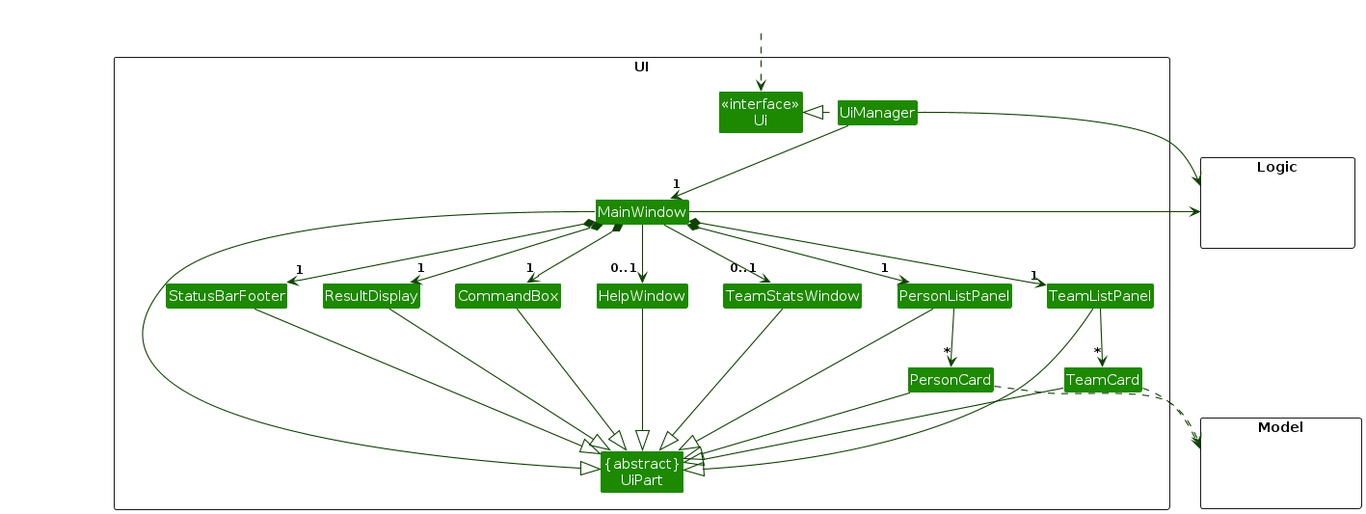
Above: diagrams/UiClassDiagram.png in AY2526S1-CS2103T-F08b-1/tp (PlantUML), before the change. Its source is kept beside it as diagrams/UiClassDiagram.puml. Source of this version:
```plantuml
@startuml
!include style.puml
skinparam arrowThickness 1.1
skinparam arrowColor UI_COLOR_T4
skinparam classBackgroundColor UI_COLOR

package UI <<Rectangle>>{
Class "<<interface>>\nUi" as Ui
Class "{abstract}\nUiPart" as UiPart
Class UiManager
Class MainWindow
Class HelpWindow
Class ResultDisplay
Class PersonListPanel
Class PersonCard
Class StatusBarFooter
Class CommandBox

Class TeamListPanel
Class TeamCard
Class TeamStatsWindow
}

package Model <<Rectangle>> {
Class HiddenModel #FFFFFF
}

package Logic <<Rectangle>> {
Class HiddenLogic #FFFFFF
}

Class HiddenOutside #FFFFFF
HiddenOutside ..> Ui

UiManager .left.|> Ui
UiManager -down-> "1" MainWindow
MainWindow *-down->  "1" CommandBox
MainWindow *-down-> "1" ResultDisplay
MainWindow *-down-> "1" PersonListPanel
MainWindow *-down-> "1" StatusBarFooter
MainWindow --> "0..1" HelpWindow

MainWindow *-down-> "1" TeamListPanel
MainWindow --> "0..1" TeamStatsWindow

PersonListPanel -down-> "*" PersonCard
TeamListPanel -down-> "*" TeamCard

MainWindow -left-|> UiPart

ResultDisplay --|> UiPart
CommandBox --|> UiPart
PersonListPanel --|> UiPart
PersonCard --|> UiPart
StatusBarFooter --|> UiPart
HelpWindow --|> UiPart
TeamListPanel --|> UiPart
TeamCard --|> UiPart
TeamStatsWindow --|> UiPart

PersonCard ..> Model
UiManager -right-> Logic
MainWindow -left-> Logic
TeamCard ..> Model

PersonListPanel -[hidden]left- HelpWindow
HelpWindow -[hidden]left- CommandBox
CommandBox -[hidden]left- ResultDisplay
ResultDisplay -[hidden]left- StatusBarFooter
TeamListPanel -[hidden]left- TeamStatsWindow

MainWindow -[hidden]-|> UiPart
@enduml
```
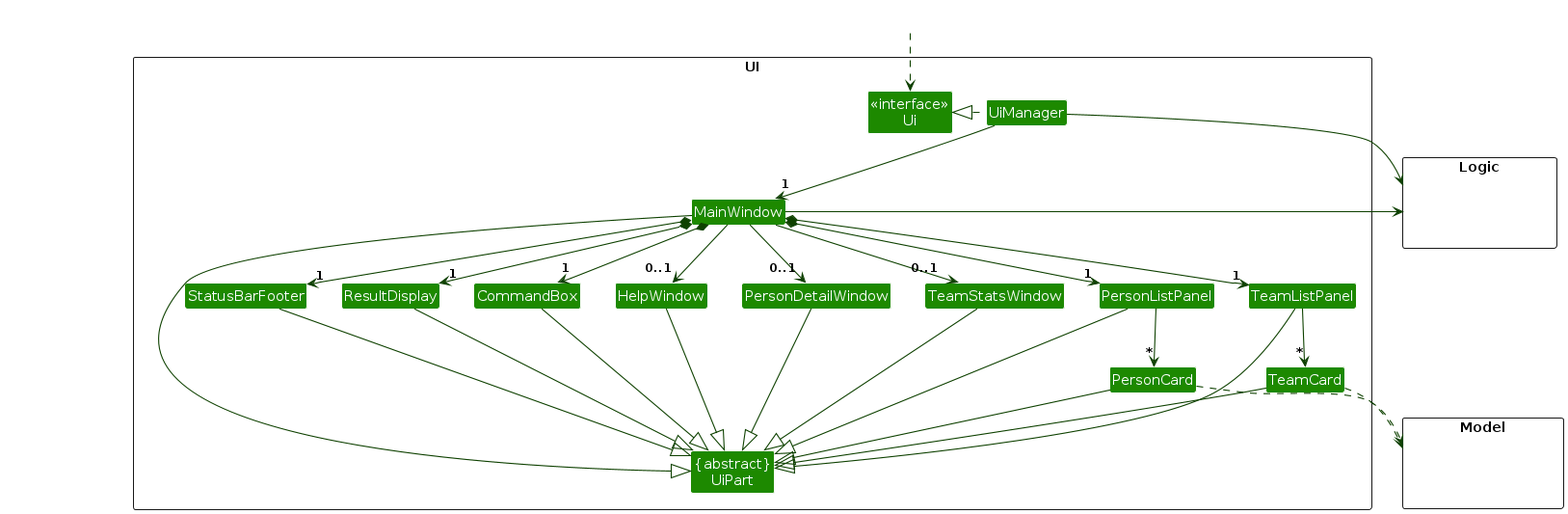
The same file after the commit.

The edit, as a diff of the source:
```diff
@@ -19,6 +19,8 @@
 Class TeamListPanel
 Class TeamCard
 Class TeamStatsWindow
+
+Class PersonDetailWindow
 }
 
 package Model <<Rectangle>> {
@@ -43,6 +45,8 @@
 MainWindow *-down-> "1" TeamListPanel
 MainWindow --> "0..1" TeamStatsWindow
 
+MainWindow --> "0..1" PersonDetailWindow
+
 PersonListPanel -down-> "*" PersonCard
 TeamListPanel -down-> "*" TeamCard
 
@@ -58,6 +62,8 @@
 TeamCard --|> UiPart
 TeamStatsWindow --|> UiPart
 
+PersonDetailWindow --|> UiPart
+
 PersonCard ..> Model
 UiManager -right-> Logic
 MainWindow -left-> Logic
@@ -68,6 +74,7 @@
 CommandBox -[hidden]left- ResultDisplay
 ResultDisplay -[hidden]left- StatusBarFooter
 TeamListPanel -[hidden]left- TeamStatsWindow
+TeamStatsWindow -[hidden]left- PersonDetailWindow
 
 MainWindow -[hidden]-|> UiPart
 @enduml
```
